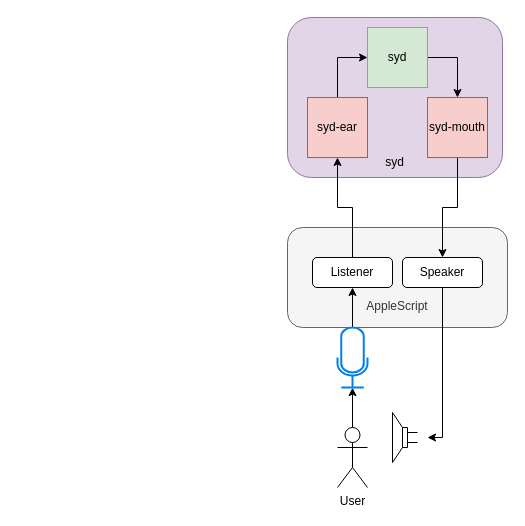
Above: logs/images/protosyd.drawio in madprogramer/syd (draw.io), before the change. Source tidied: cells renumbered, new cells numbered last; positions are measured from the earlier drawing's top-left corner, leaving out a move shared by most shapes. Both pictures are drawn from the tidied source at 100%, with x=0, y=0 at pixel (287, 17).
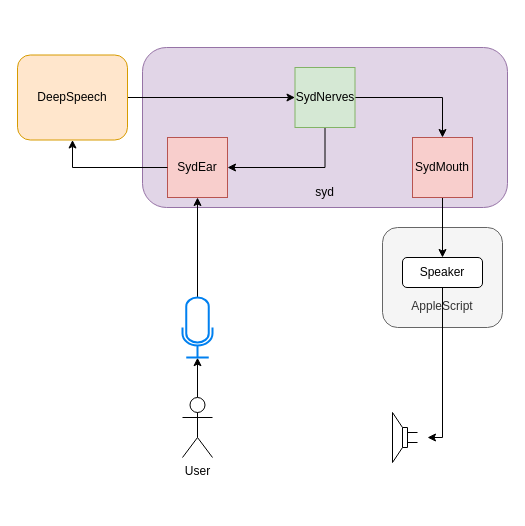
The same page after the edit.

Change to the diagram source:
```diff
@@
     <mxCell id="2" value="&lt;br&gt;&lt;br&gt;&lt;br&gt;&lt;br&gt;&lt;br&gt;&lt;br&gt;&lt;br&gt;&lt;br&gt;&lt;br&gt;syd" style="rounded=1;whiteSpace=wrap;html=1;fillColor=#e1d5e7;strokeColor=#9673a6;" parent="1" vertex="1">
-      <mxGeometry width="215" height="160" as="geometry" />
+      <mxGeometry x="-145" y="30" width="365" height="160" as="geometry" />
     </mxCell>
     <mxCell id="3" value="&lt;br&gt;&lt;br&gt;&lt;br&gt;&lt;br&gt;AppleScript" style="rounded=1;whiteSpace=wrap;html=1;fillColor=#f5f5f5;strokeColor=#666666;fontColor=#333333;" parent="1" vertex="1">
-      <mxGeometry y="210" width="220" height="100" as="geometry" />
+      <mxGeometry x="95" y="210" width="120" height="100" as="geometry" />
     </mxCell>
@@
     <mxCell id="5" value="User" style="shape=umlActor;verticalLabelPosition=bottom;labelBackgroundColor=#ffffff;verticalAlign=top;html=1;outlineConnect=0;" parent="1" vertex="1">
-      <mxGeometry x="50" y="410" width="30" height="60" as="geometry" />
+      <mxGeometry x="-105" y="380" width="30" height="60" as="geometry" />
     </mxCell>
-    <mxCell id="6" style="edgeStyle=orthogonalEdgeStyle;rounded=0;jettySize=auto;html=1;entryX=0.5;entryY=1;entryDx=0;entryDy=0;" parent="1" edge="1" source="7" target="10">
+    <mxCell id="6" style="edgeStyle=orthogonalEdgeStyle;rounded=0;jettySize=auto;html=1;" parent="1" edge="1" source="7" target="15">
       <mxGeometry relative="1" as="geometry" />
     </mxCell>
     <mxCell id="7" style="html=1;verticalLabelPosition=bottom;align=center;labelBackgroundColor=#ffffff;verticalAlign=top;strokeWidth=2;strokeColor=#0080F0;shadow=0;dashed=0;shape=mxgraph.ios7.icons.microphone;" parent="1" vertex="1">
-      <mxGeometry x="50" y="310" width="30" height="60" as="geometry" />
+      <mxGeometry x="-105" y="280" width="30" height="60" as="geometry" />
     </mxCell>
@@
-    <mxCell id="9" style="edgeStyle=orthogonalEdgeStyle;rounded=0;jettySize=auto;html=1;entryX=0.5;entryY=1;entryDx=0;entryDy=0;" parent="1" edge="1" source="10" target="15">
-      <mxGeometry relative="1" as="geometry" />
-    </mxCell>
-    <mxCell id="10" value="Listener" style="rounded=1;whiteSpace=wrap;html=1;" parent="1" vertex="1">
-      <mxGeometry x="25" y="240" width="80" height="30" as="geometry" />
-    </mxCell>
@@
-    <mxCell id="14" style="edgeStyle=orthogonalEdgeStyle;rounded=0;jettySize=auto;html=1;entryX=0;entryY=0.5;entryDx=0;entryDy=0;" parent="1" edge="1" source="15" target="18">
+    <mxCell id="14" style="edgeStyle=orthogonalEdgeStyle;rounded=0;jettySize=auto;html=1;entryX=0;entryY=0.5;entryDx=0;entryDy=0;" parent="1" edge="1" source="20" target="18">
       <mxGeometry relative="1" as="geometry" />
     </mxCell>
-    <mxCell id="15" value="syd-ear" style="whiteSpace=wrap;html=1;fillColor=#f8cecc;strokeColor=#b85450;" parent="1" vertex="1">
-      <mxGeometry x="20" y="80" width="60" height="60" as="geometry" />
+    <mxCell id="15" value="SydEar" style="whiteSpace=wrap;html=1;fillColor=#f8cecc;strokeColor=#b85450;" parent="1" vertex="1">
+      <mxGeometry x="-120" y="120" width="60" height="60" as="geometry" />
     </mxCell>
-    <mxCell id="16" value="syd-mouth" style="whiteSpace=wrap;html=1;fillColor=#f8cecc;strokeColor=#b85450;" parent="1" vertex="1">
-      <mxGeometry x="140" y="80" width="60" height="60" as="geometry" />
+    <mxCell id="16" value="SydMouth" style="whiteSpace=wrap;html=1;fillColor=#f8cecc;strokeColor=#b85450;" parent="1" vertex="1">
+      <mxGeometry x="125" y="120" width="60" height="60" as="geometry" />
     </mxCell>
@@
+    <mxCell id="19" style="edgeStyle=orthogonalEdgeStyle;rounded=0;jettySize=auto;html=1;strokeColor=#000000;strokeWidth=1;entryX=1;entryY=0.5;entryDx=0;entryDy=0;exitX=0.5;exitY=1;exitDx=0;exitDy=0;" parent="1" edge="1" source="18" target="15">
+      <mxGeometry relative="1" as="geometry">
+        <Array as="points">
+          <mxPoint x="38" y="150" />
+        </Array>
+      </mxGeometry>
+    </mxCell>
-    <mxCell id="18" value="syd" style="whiteSpace=wrap;html=1;fillColor=#d5e8d4;strokeColor=#82b366;" parent="1" vertex="1">
-      <mxGeometry x="80" y="10" width="60" height="60" as="geometry" />
+    <mxCell id="18" value="SydNerves" style="whiteSpace=wrap;html=1;fillColor=#d5e8d4;strokeColor=#82b366;" parent="1" vertex="1">
+      <mxGeometry x="7.5" y="50" width="60" height="60" as="geometry" />
     </mxCell>
+    <mxCell id="20" value="DeepSpeech" style="rounded=1;whiteSpace=wrap;html=1;fillColor=#ffe6cc;strokeColor=#d79b00;" parent="1" vertex="1">
+      <mxGeometry x="-270" y="37.5" width="110" height="85" as="geometry" />
+    </mxCell>
+    <mxCell id="21" style="edgeStyle=orthogonalEdgeStyle;rounded=0;jettySize=auto;html=1;entryX=0.5;entryY=1;entryDx=0;entryDy=0;exitX=0;exitY=0.5;exitDx=0;exitDy=0;" parent="1" edge="1" source="15" target="20">
+      <mxGeometry relative="1" as="geometry">
+        <Array as="points">
+          <mxPoint x="-215" y="150" />
+        </Array>
+      </mxGeometry>
+    </mxCell>
```
